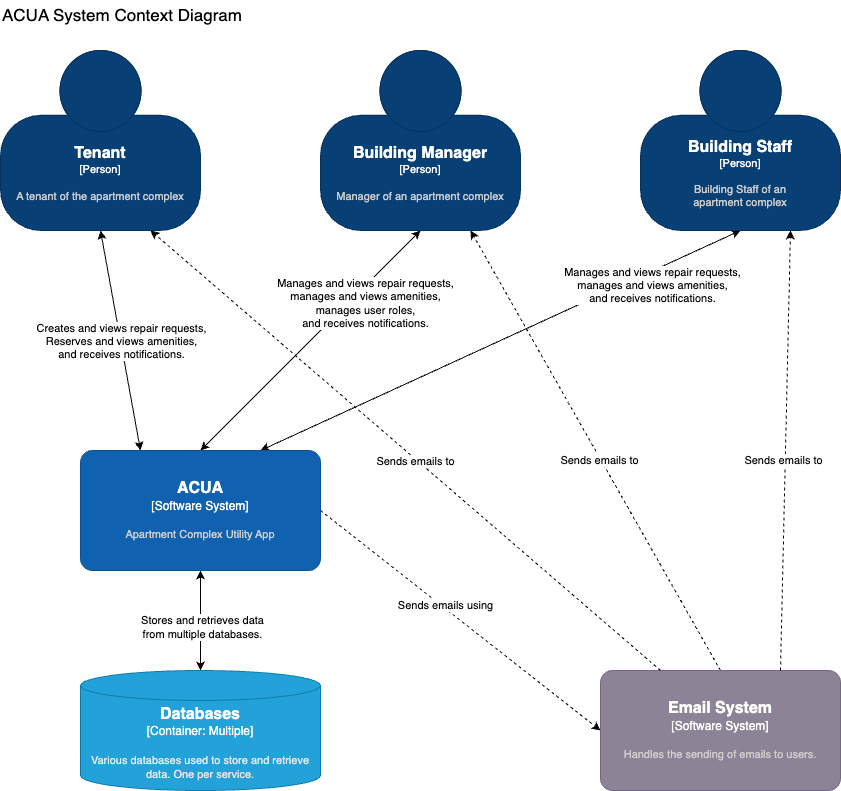
Earlier version of the draw.io export docs/media/c1-context.png (MPFGlaser/ApartmentComplexUtilityApp). Source tidied: cells renumbered, new cells last; positions are measured from the earlier drawing's top-left corner, leaving out a move shared by most shapes.
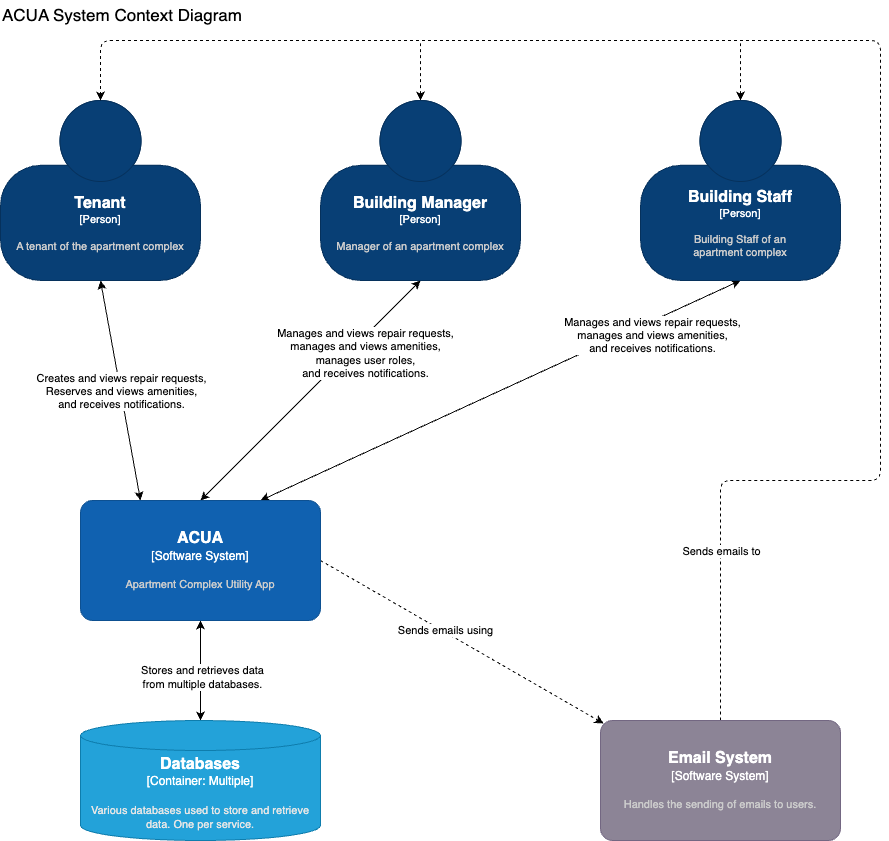
The same diagram one commit later.

Commit message:
docs(architecture): update system context diagram

Refs: #6

Diff of the diagram source:
```diff
@@ -1,4 +1,4 @@
-<mxGraphModel>
+<mxGraphModel background="#ffffff">
   <root>
     <mxCell id="0" />
     <mxCell id="1" parent="0" />
@@ -21,6 +21,11 @@
         <mxPoint x="28" y="-12" as="offset" />
       </mxGeometry>
     </mxCell>
+    <mxCell id="25" style="edgeStyle=none;html=1;exitX=0.5;exitY=0;exitDx=0;exitDy=0;exitPerimeter=0;dashed=1;startArrow=classic;startFill=1;endArrow=none;endFill=0;" parent="1" edge="1" source="7">
+      <mxGeometry relative="1" as="geometry">
+        <mxPoint x="420" y="-10" as="targetPoint" />
+      </mxGeometry>
+    </mxCell>
     <object id="7" label="&lt;font style=&quot;font-size: 16px&quot;&gt;&lt;b&gt;%c4Name%&lt;/b&gt;&lt;/font&gt;&lt;div&gt;[%c4Type%]&lt;/div&gt;&lt;br&gt;&lt;div&gt;&lt;font style=&quot;font-size: 11px&quot;&gt;&lt;font color=&quot;#cccccc&quot;&gt;%c4Description%&lt;/font&gt;&lt;/div&gt;" c4Description="Manager of an apartment complex" c4Name="Building Manager" c4Type="Person" placeholders="1">
       <mxCell style="html=1;fontSize=11;dashed=0;whiteSpace=wrap;fillColor=#083F75;strokeColor=#06315C;fontColor=#ffffff;shape=mxgraph.c4.person2;align=center;points=[[0.5,0,0],[1,0.5,0],[1,0.75,0],[0.75,1,0],[0.5,1,0],[0.25,1,0],[0,0.75,0],[0,0.5,0]];" parent="1" vertex="1">
         <mxGeometry x="320" y="50" width="200" height="180" as="geometry" />
@@ -34,6 +39,11 @@
         <mxPoint x="24" y="-2" as="offset" />
       </mxGeometry>
     </mxCell>
+    <mxCell id="26" style="edgeStyle=none;html=1;exitX=0.5;exitY=0;exitDx=0;exitDy=0;exitPerimeter=0;startArrow=classic;startFill=1;endArrow=none;endFill=0;dashed=1;" parent="1" edge="1" source="10">
+      <mxGeometry relative="1" as="geometry">
+        <mxPoint x="740" y="-10" as="targetPoint" />
+      </mxGeometry>
+    </mxCell>
     <object id="10" label="&lt;font style=&quot;font-size: 16px&quot;&gt;&lt;b&gt;%c4Name%&lt;/b&gt;&lt;/font&gt;&lt;div&gt;[%c4Type%]&lt;/div&gt;&lt;br&gt;&lt;div&gt;&lt;font style=&quot;font-size: 11px&quot;&gt;&lt;font color=&quot;#cccccc&quot;&gt;%c4Description%&lt;/font&gt;&lt;/div&gt;" c4Description="Building Staff of an &#10;apartment complex" c4Name="Building Staff" c4Type="Person" placeholders="1">
       <mxCell style="html=1;fontSize=11;dashed=0;whiteSpace=wrap;fillColor=#083F75;strokeColor=#06315C;fontColor=#ffffff;shape=mxgraph.c4.person2;align=center;points=[[0.5,0,0],[1,0.5,0],[1,0.75,0],[0.75,1,0],[0.5,1,0],[0.25,1,0],[0,0.75,0],[0,0.5,0]];" parent="1" vertex="1">
         <mxGeometry x="640" y="50" width="200" height="180" as="geometry" />
@@ -45,7 +55,7 @@
     <mxCell id="12" value="Stores and retrieves data&lt;br&gt;from multiple databases." style="edgeLabel;html=1;align=center;verticalAlign=middle;" parent="11" vertex="1">
       <mxGeometry x="0.13" y="1" relative="1" as="geometry" />
     </mxCell>
-    <mxCell id="13" style="edgeStyle=none;html=1;exitX=1;exitY=0.5;exitDx=0;exitDy=0;exitPerimeter=0;entryX=0;entryY=0.5;entryDx=0;entryDy=0;entryPerimeter=0;startArrow=none;startFill=0;dashed=1;" parent="1" edge="1" source="15" target="19">
+    <mxCell id="13" style="edgeStyle=none;html=1;exitX=1;exitY=0.5;exitDx=0;exitDy=0;exitPerimeter=0;entryX=0.013;entryY=0.025;entryDx=0;entryDy=0;entryPerimeter=0;startArrow=none;startFill=0;dashed=1;" parent="1" edge="1" source="15" target="19">
       <mxGeometry relative="1" as="geometry" />
     </mxCell>
     <mxCell id="14" value="Sends emails using" style="edgeLabel;html=1;align=center;verticalAlign=middle;" parent="13" vertex="1">
@@ -61,12 +71,19 @@
         <mxGeometry x="80" y="670" width="240" height="120" as="geometry" />
       </mxCell>
     </object>
-    <mxCell id="17" style="edgeStyle=none;html=1;exitX=0.5;exitY=0;exitDx=0;exitDy=0;exitPerimeter=0;entryX=0.75;entryY=1;entryDx=0;entryDy=0;entryPerimeter=0;dashed=1;" parent="1" edge="1" source="19" target="7">
-      <mxGeometry relative="1" as="geometry" />
+    <mxCell id="17" style="edgeStyle=none;html=1;exitX=0.5;exitY=0;exitDx=0;exitDy=0;exitPerimeter=0;entryX=0.5;entryY=0;entryDx=0;entryDy=0;entryPerimeter=0;dashed=1;" parent="1" edge="1" source="19" target="4">
+      <mxGeometry relative="1" as="geometry">
+        <Array as="points">
+          <mxPoint x="720" y="430" />
+          <mxPoint x="880" y="430" />
+          <mxPoint x="880" y="-10" />
+          <mxPoint x="100" y="-10" />
+        </Array>
+      </mxGeometry>
     </mxCell>
     <mxCell id="18" value="Sends emails to" style="edgeLabel;html=1;align=center;verticalAlign=middle;" parent="17" vertex="1">
       <mxGeometry x="-0.04" y="1" relative="1" as="geometry">
-        <mxPoint x="-1" as="offset" />
+        <mxPoint x="-159" y="474" as="offset" />
       </mxGeometry>
     </mxCell>
     <object id="19" label="&lt;font style=&quot;font-size: 16px&quot;&gt;&lt;b&gt;%c4Name%&lt;/b&gt;&lt;/font&gt;&lt;div&gt;[%c4Type%]&lt;/div&gt;&lt;br&gt;&lt;div&gt;&lt;font style=&quot;font-size: 11px&quot;&gt;&lt;font color=&quot;#cccccc&quot;&gt;%c4Description%&lt;/font&gt;&lt;/div&gt;" c4Description="Handles the sending of emails to users." c4Name="Email System" c4Type="Software System" placeholders="1">
@@ -74,24 +91,8 @@
         <mxGeometry x="600" y="670" width="240" height="120" as="geometry" />
       </mxCell>
     </object>
-    <mxCell id="20" style="edgeStyle=none;html=1;exitX=0.75;exitY=0;exitDx=0;exitDy=0;exitPerimeter=0;dashed=1;entryX=0.75;entryY=1;entryDx=0;entryDy=0;entryPerimeter=0;" parent="1" edge="1" source="19" target="10">
-      <mxGeometry relative="1" as="geometry" />
-    </mxCell>
-    <mxCell id="21" value="Sends emails to" style="edgeLabel;html=1;align=center;verticalAlign=middle;" parent="20" vertex="1">
-      <mxGeometry x="-0.04" y="1" relative="1" as="geometry">
-        <mxPoint x="-1" as="offset" />
-      </mxGeometry>
-    </mxCell>
-    <mxCell id="22" style="edgeStyle=none;html=1;exitX=0.25;exitY=0;exitDx=0;exitDy=0;exitPerimeter=0;entryX=0.75;entryY=1;entryDx=0;entryDy=0;entryPerimeter=0;dashed=1;" parent="1" edge="1" source="19" target="4">
-      <mxGeometry relative="1" as="geometry" />
-    </mxCell>
-    <mxCell id="23" value="Sends emails to" style="edgeLabel;html=1;align=center;verticalAlign=middle;" parent="22" vertex="1">
-      <mxGeometry x="-0.04" y="1" relative="1" as="geometry">
-        <mxPoint x="-1" as="offset" />
-      </mxGeometry>
-    </mxCell>
     <mxCell id="24" value="&lt;font style=&quot;font-size: 17px;&quot;&gt;ACUA System Context Diagram&lt;/font&gt;" style="text;html=1;strokeColor=none;fillColor=none;align=left;verticalAlign=middle;whiteSpace=wrap;rounded=0;" parent="1" vertex="1">
-      <mxGeometry width="840" height="30" as="geometry" />
+      <mxGeometry y="-50" width="840" height="30" as="geometry" />
     </mxCell>
   </root>
 </mxGraphModel>
```
